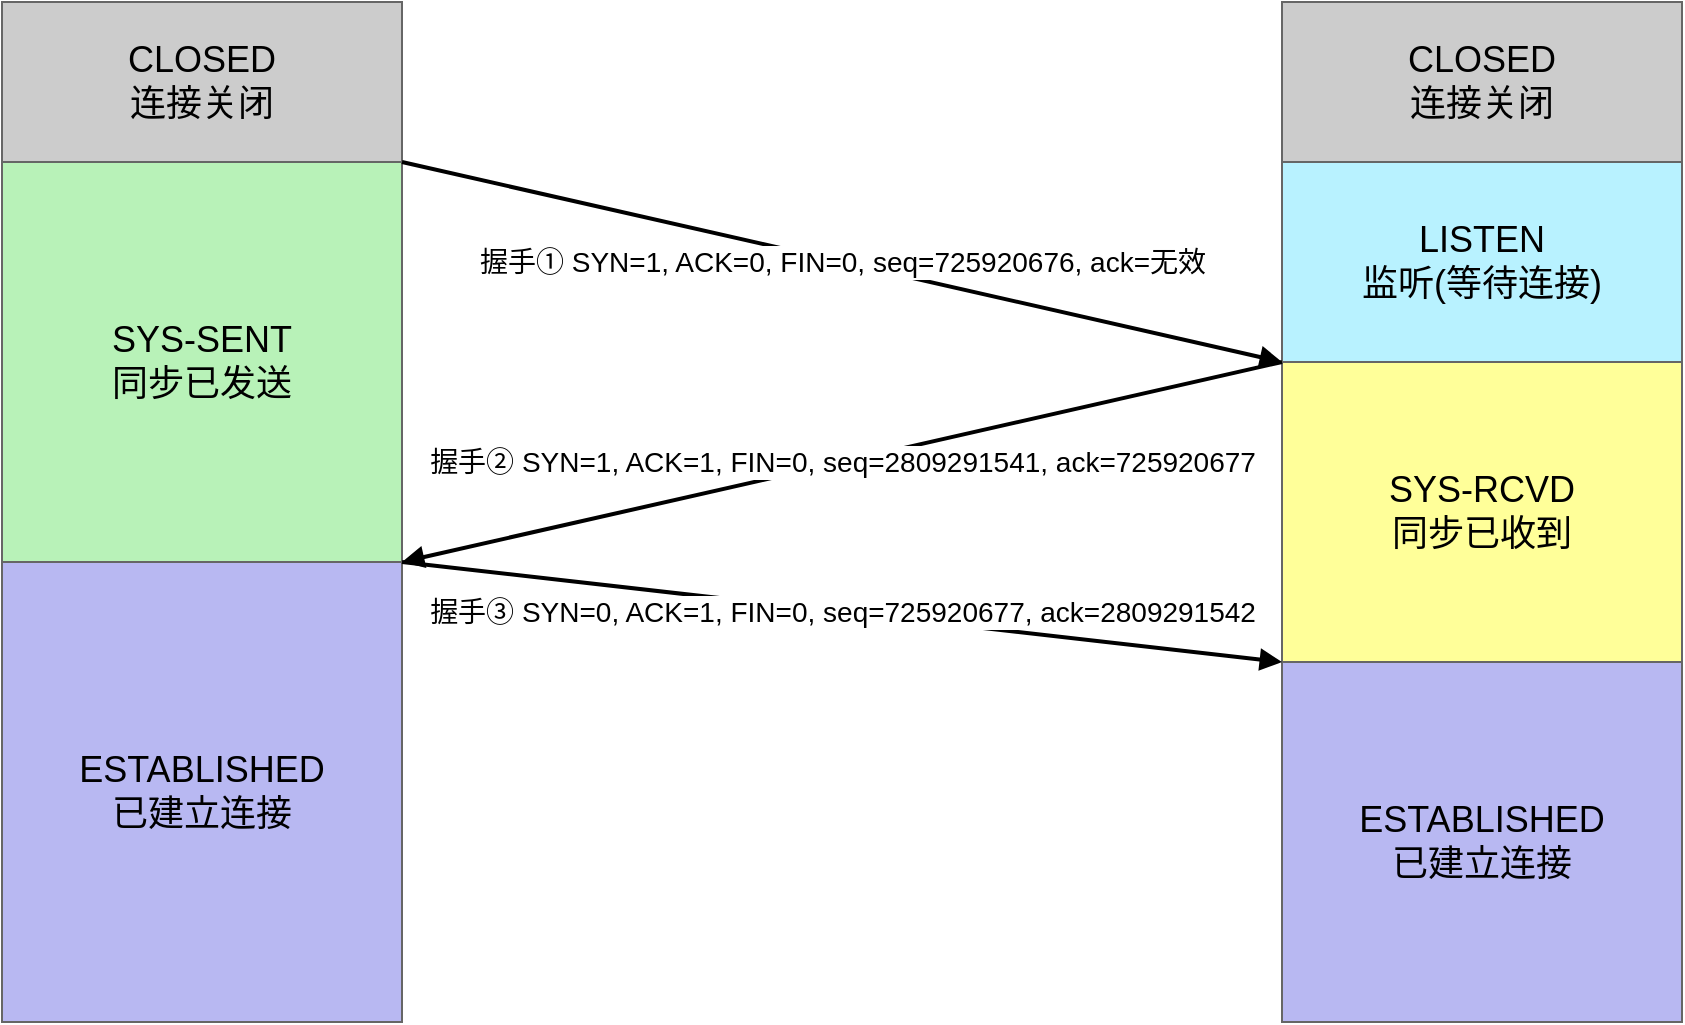
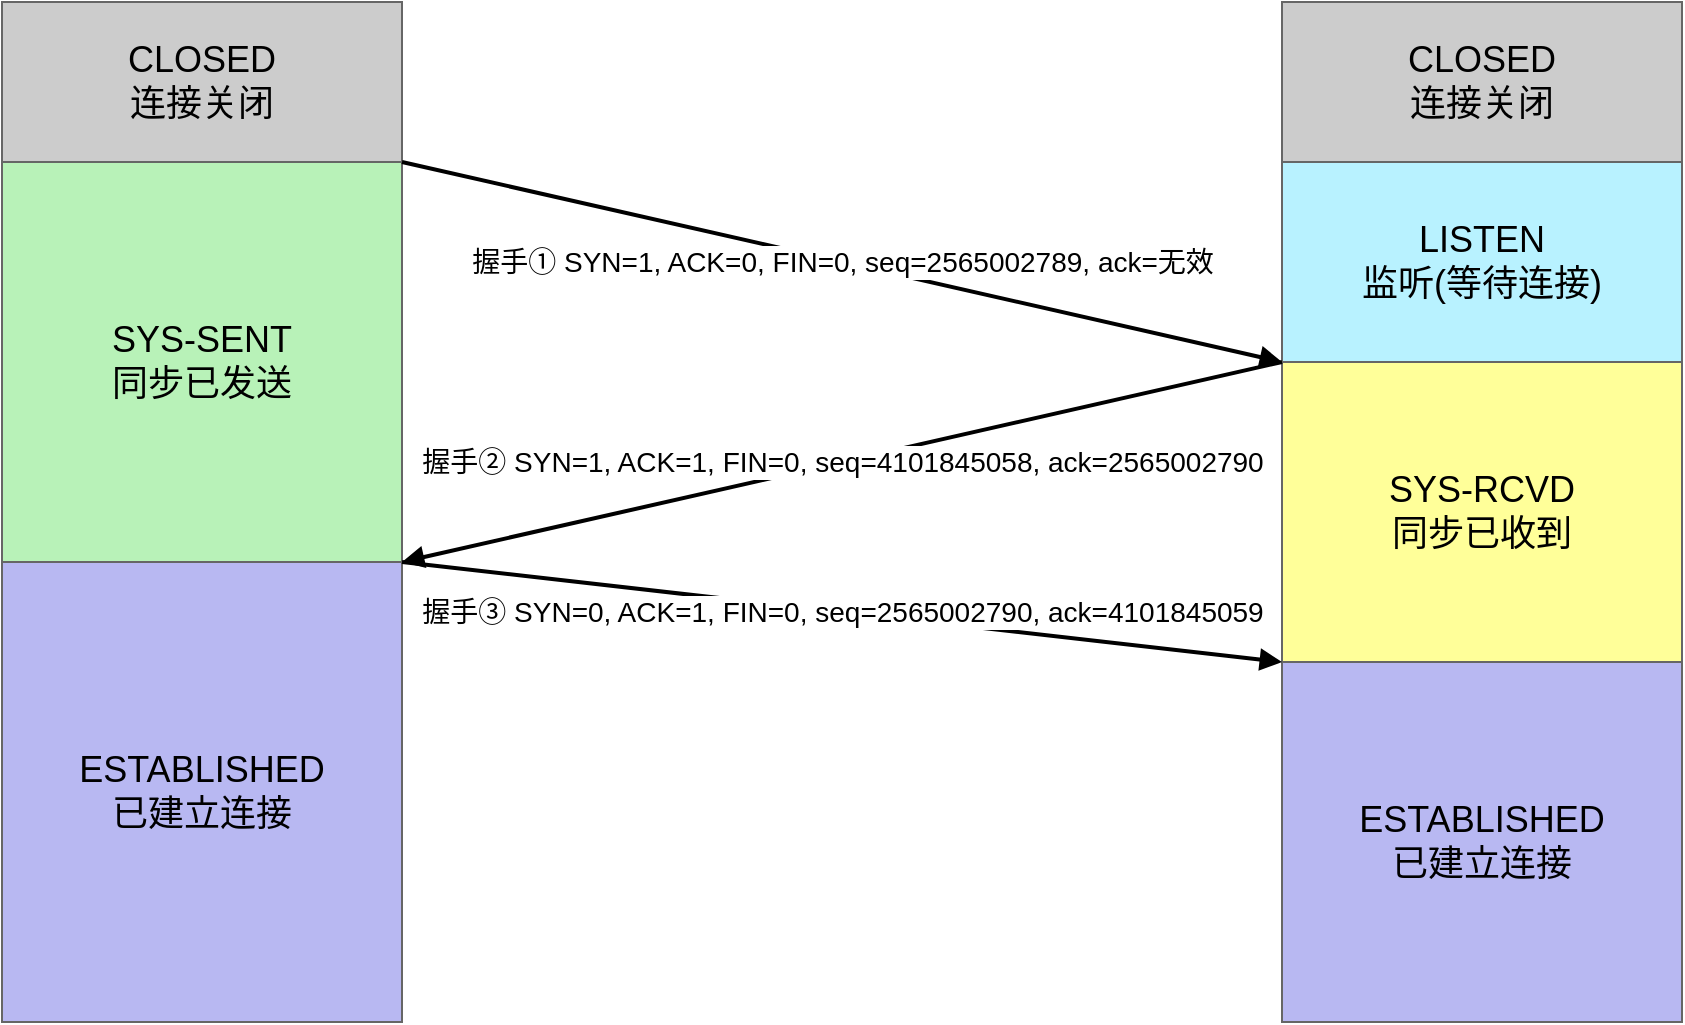
<mxfile host="app.diagrams.net">
  <diagram id="TCP-3way-handshake" name="TCP三次握手">
-     <mxGraphModel dx="1158" dy="708" grid="1" gridSize="10" guides="1" tooltips="1" connect="1" arrows="1" fold="1" page="1" pageScale="1" pageWidth="827" pageHeight="1169" math="0" shadow="0">
+     <mxGraphModel dx="926" dy="566" grid="1" gridSize="10" guides="1" tooltips="1" connect="1" arrows="1" fold="1" page="1" pageScale="1" pageWidth="827" pageHeight="1169" math="0" shadow="0">
      <root>
        <mxCell id="0" />
        <mxCell id="1" parent="0" />
        <mxCell id="stateA1" parent="1" style="rounded=0;whiteSpace=wrap;html=1;fillColor=#CCCCCC;strokeColor=#666666;" value="&lt;font style=&quot;font-size: 18px;&quot;&gt;CLOSED&lt;br&gt;连接关闭&lt;/font&gt;" vertex="1">
          <mxGeometry height="80" width="200" x="20" y="50" as="geometry" />
        </mxCell>
        <mxCell id="stateA2" parent="1" style="rounded=0;whiteSpace=wrap;html=1;fillColor=#B8F2B8;strokeColor=#666666;" value="&lt;font style=&quot;font-size: 18px;&quot;&gt;SYS-SENT&lt;br&gt;同步已发送&lt;/font&gt;" vertex="1">
          <mxGeometry height="200" width="200" x="20" y="130" as="geometry" />
        </mxCell>
        <mxCell id="stateA3" parent="1" style="rounded=0;whiteSpace=wrap;html=1;fillColor=#B8B8F2;strokeColor=#666666;" value="&lt;font style=&quot;font-size: 18px;&quot;&gt;ESTABLISHED&lt;br&gt;已建立连接&lt;/font&gt;" vertex="1">
          <mxGeometry height="230" width="200" x="20" y="330" as="geometry" />
        </mxCell>
        <mxCell id="stateB1" parent="1" style="rounded=0;whiteSpace=wrap;html=1;fillColor=#CCCCCC;strokeColor=#666666;" value="&lt;font style=&quot;font-size: 18px;&quot;&gt;CLOSED&lt;br&gt;连接关闭&lt;/font&gt;" vertex="1">
          <mxGeometry height="80" width="200" x="660" y="50" as="geometry" />
        </mxCell>
        <mxCell id="stateB2" parent="1" style="rounded=0;whiteSpace=wrap;html=1;fillColor=#B8F2FF;strokeColor=#666666;" value="&lt;font style=&quot;font-size: 18px;&quot;&gt;LISTEN&lt;br&gt;监听(等待连接)&lt;/font&gt;" vertex="1">
          <mxGeometry height="100" width="200" x="660" y="130" as="geometry" />
        </mxCell>
        <mxCell id="stateB3" parent="1" style="rounded=0;whiteSpace=wrap;html=1;fillColor=#FFFF99;strokeColor=#666666;" value="&lt;font style=&quot;font-size: 18px;&quot;&gt;SYS-RCVD&lt;br&gt;同步已收到&lt;/font&gt;" vertex="1">
          <mxGeometry height="150" width="200" x="660" y="230" as="geometry" />
        </mxCell>
        <mxCell id="stateB4" parent="1" style="rounded=0;whiteSpace=wrap;html=1;fillColor=#B8B8F2;strokeColor=#666666;" value="&lt;font style=&quot;font-size: 18px;&quot;&gt;ESTABLISHED&lt;br&gt;已建立连接&lt;/font&gt;" vertex="1">
          <mxGeometry height="180" width="200" x="660" y="380" as="geometry" />
        </mxCell>
-         <mxCell id="arrow1" edge="1" parent="1" source="stateA2" style="endArrow=block;html=1;strokeWidth=2;fillColor=#000000;labelBackgroundColor=#ffffff;fontSize=14;entryX=0;entryY=1;entryDx=0;entryDy=0;exitX=1;exitY=0;exitDx=0;exitDy=0;" target="stateB2" value="握手① SYN=1, ACK=0, FIN=0, seq=725920676, ack=无效">
+         <mxCell id="arrow1" edge="1" parent="1" source="stateA2" style="endArrow=block;html=1;strokeWidth=2;fillColor=#000000;labelBackgroundColor=#ffffff;fontSize=14;entryX=0;entryY=1;entryDx=0;entryDy=0;exitX=1;exitY=0;exitDx=0;exitDy=0;" target="stateB2" value="握手① SYN=1, ACK=0, FIN=0, seq=2565002789, ack=无效">
          <mxGeometry relative="1" as="geometry">
            <mxPoint as="offset" />
            <mxPoint x="120" y="180" as="sourcePoint" />
            <mxPoint x="780" y="250" as="targetPoint" />
          </mxGeometry>
        </mxCell>
-         <mxCell id="arrow2" edge="1" parent="1" source="stateB3" style="endArrow=block;html=1;strokeWidth=2;fillColor=#000000;labelBackgroundColor=#ffffff;fontSize=14;exitX=0;exitY=0;exitDx=0;exitDy=0;entryX=1;entryY=1;entryDx=0;entryDy=0;" target="stateA2" value="握手② SYN=1, ACK=1, FIN=0, seq=2809291541, ack=725920677">
+         <mxCell id="arrow2" edge="1" parent="1" source="stateB3" style="endArrow=block;html=1;strokeWidth=2;fillColor=#000000;labelBackgroundColor=#ffffff;fontSize=14;exitX=0;exitY=0;exitDx=0;exitDy=0;entryX=1;entryY=1;entryDx=0;entryDy=0;" target="stateA2" value="握手② SYN=1, ACK=1, FIN=0, seq=4101845058, ack=2565002790">
          <mxGeometry relative="1" as="geometry">
            <mxPoint x="650" y="230" as="sourcePoint" />
            <mxPoint x="120" y="250" as="targetPoint" />
          </mxGeometry>
        </mxCell>
-         <mxCell id="arrow3" edge="1" parent="1" source="stateA2" style="endArrow=block;html=1;strokeWidth=2;fillColor=#000000;labelBackgroundColor=#ffffff;fontSize=14;exitX=1;exitY=1;exitDx=0;exitDy=0;entryX=0;entryY=0;entryDx=0;entryDy=0;" target="stateB4" value="握手③ SYN=0, ACK=1, FIN=0, seq=725920677, ack=2809291542">
+         <mxCell id="arrow3" edge="1" parent="1" source="stateA2" style="endArrow=block;html=1;strokeWidth=2;fillColor=#000000;labelBackgroundColor=#ffffff;fontSize=14;exitX=1;exitY=1;exitDx=0;exitDy=0;entryX=0;entryY=0;entryDx=0;entryDy=0;" target="stateB4" value="握手③ SYN=0, ACK=1, FIN=0, seq=2565002790, ack=4101845059">
          <mxGeometry relative="1" as="geometry">
            <mxPoint x="120" y="280" as="sourcePoint" />
            <mxPoint x="780" y="380" as="targetPoint" />
          </mxGeometry>
        </mxCell>
      </root>
    </mxGraphModel>
  </diagram>
</mxfile>
